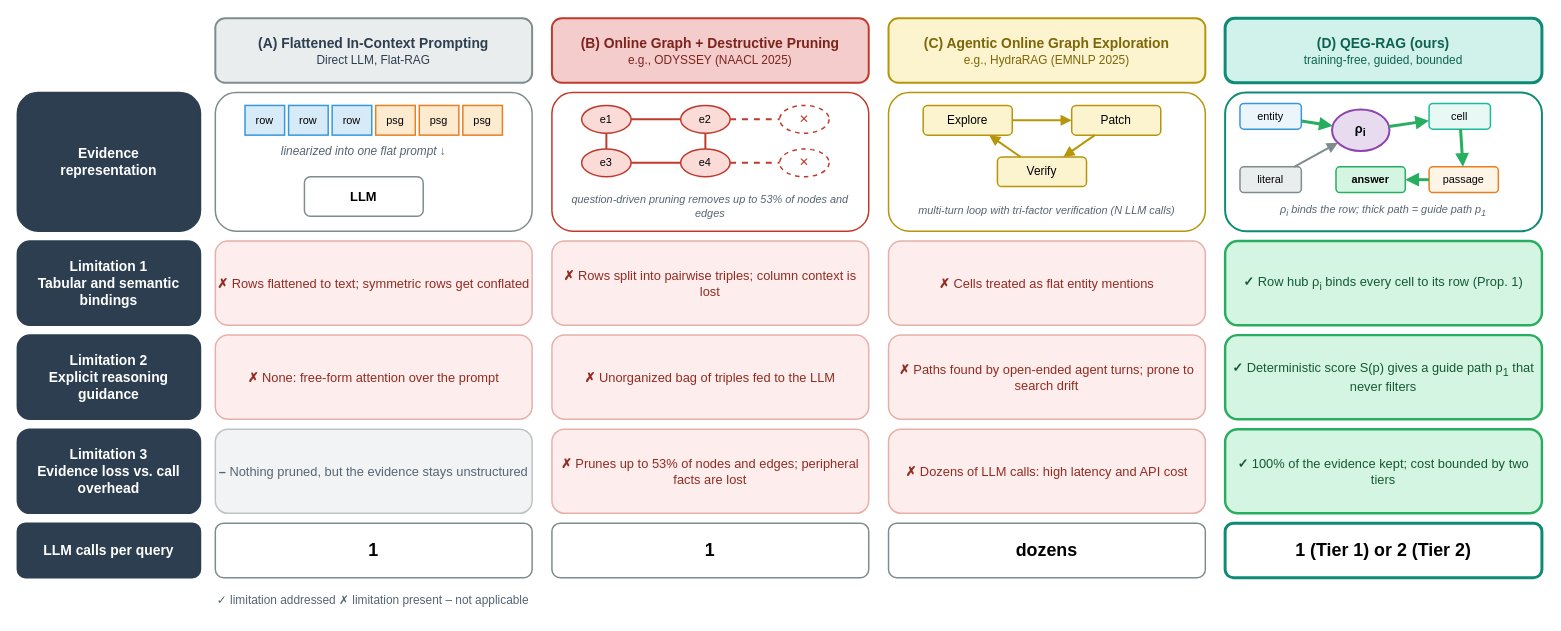
This is paper_v2/figures/fig1_paradigm_comparison.drawio from trungkiends2022/online-kg-rag, a draw.io file, before an edit. Source tidied: cells renumbered, new cells numbered last; positions are measured from the earlier drawing's top-left corner, leaving out a move shared by most shapes. Both pictures are drawn from the tidied source at 99%, with x=0, y=0 at pixel (17, 18).
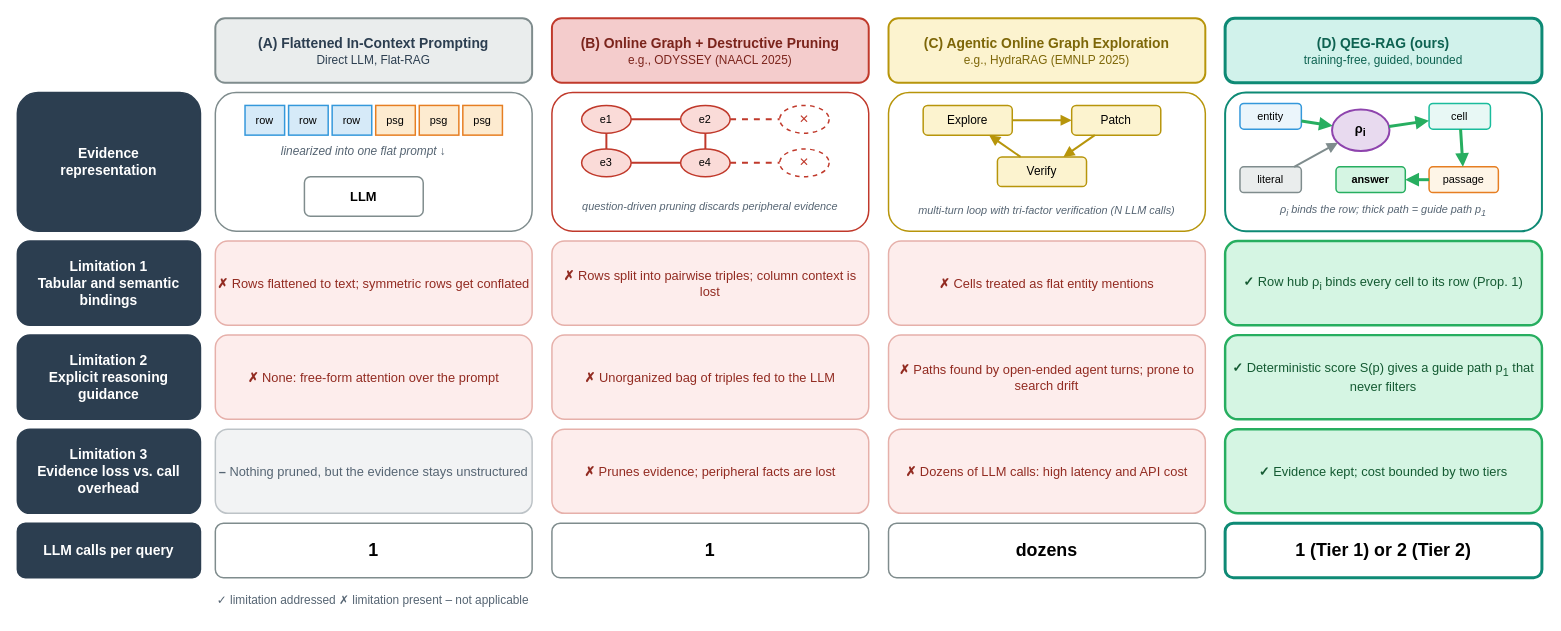
The same diagram, later.

What changed in the source:
```diff
@@
-    <mxCell id="35" value="question-driven pruning removes up to 53% of nodes and edges" style="text;html=1;align=center;verticalAlign=middle;whiteSpace=wrap;fontStyle=2;fontColor=#566573;fontSize=11;" parent="1" vertex="1">
+    <mxCell id="35" value="question-driven pruning discards peripheral evidence" style="text;html=1;align=center;verticalAlign=middle;whiteSpace=wrap;fontStyle=2;fontColor=#566573;fontSize=11;" parent="1" vertex="1">
       <mxGeometry x="550" y="170" width="300" height="40" as="geometry" />
     </mxCell>
@@
-    <mxCell id="64" value="&lt;b&gt;✗&lt;/b&gt; Prunes up to 53% of nodes and edges; peripheral facts are lost" style="rounded=1;whiteSpace=wrap;html=1;fillColor=#fdedec;strokeColor=#e6b0aa;strokeWidth=1.5;fontSize=13;fontColor=#922b21;" parent="1" vertex="1">
+    <mxCell id="64" value="&lt;b&gt;✗&lt;/b&gt; Prunes evidence; peripheral facts are lost" style="rounded=1;whiteSpace=wrap;html=1;fillColor=#fdedec;strokeColor=#e6b0aa;strokeWidth=1.5;fontSize=13;fontColor=#922b21;" parent="1" vertex="1">
       <mxGeometry x="540" y="415" width="320" height="85" as="geometry" />
     </mxCell>
@@
-    <mxCell id="66" value="&lt;b&gt;✓&lt;/b&gt; 100% of the evidence kept; cost bounded by two tiers" style="rounded=1;whiteSpace=wrap;html=1;fillColor=#d5f5e3;strokeColor=#27ae60;strokeWidth=2.5;fontSize=13;fontColor=#145a32;" parent="1" vertex="1">
+    <mxCell id="66" value="&lt;b&gt;✓&lt;/b&gt; Evidence kept; cost bounded by two tiers" style="rounded=1;whiteSpace=wrap;html=1;fillColor=#d5f5e3;strokeColor=#27ae60;strokeWidth=2.5;fontSize=13;fontColor=#145a32;" parent="1" vertex="1">
       <mxGeometry x="1220" y="415" width="320" height="85" as="geometry" />
     </mxCell>
```
